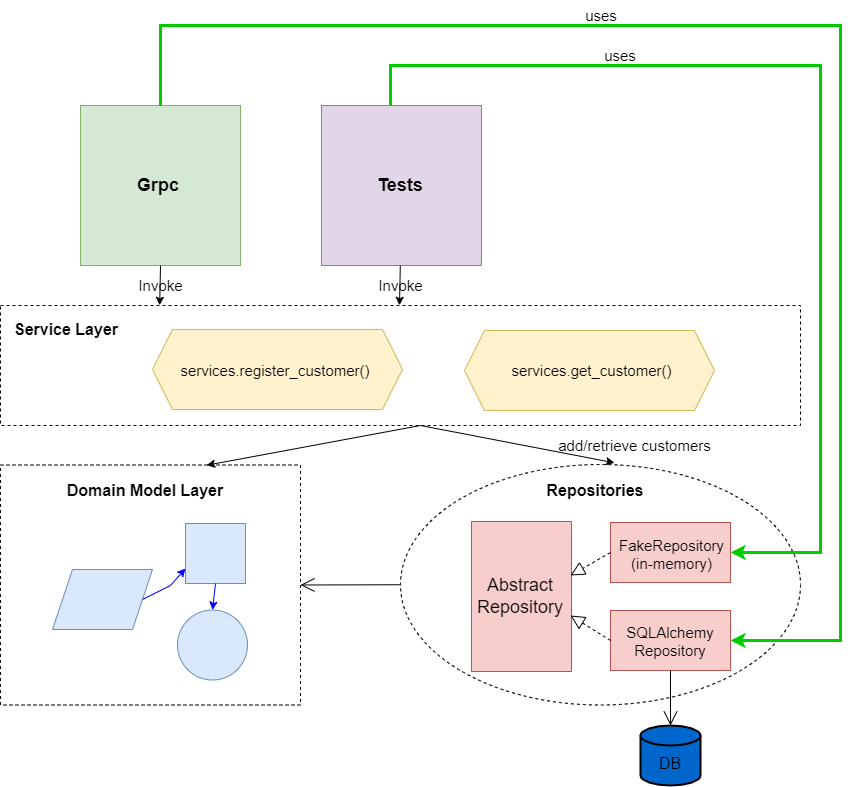
amalbaccar-hub/microservices-python-grpc-docker-kubernetes keeps this draw.io diagram as microservice_internal_architecture.png. Above is the earlier version. Source tidied: cells renumbered, new cells last; positions are measured from the earlier drawing's top-left corner, leaving out a move shared by most shapes. Source of this version:
```xml
<mxGraphModel>
  <root>
    <mxCell id="0" />
    <mxCell id="1" parent="0" />
    <mxCell id="2" style="ellipse;whiteSpace=wrap;html=1;align=center;dashed=1;" parent="1" vertex="1">
      <mxGeometry x="400" y="464" width="400" height="240.5" as="geometry" />
    </mxCell>
    <mxCell id="3" style="rounded=0;whiteSpace=wrap;html=1;fillColor=#f8cecc;strokeColor=#b85450;" parent="1" vertex="1">
      <mxGeometry x="610" y="522" width="120" height="60" as="geometry" />
    </mxCell>
    <mxCell id="4" style="rounded=0;whiteSpace=wrap;html=1;fillColor=#f8cecc;strokeColor=#b85450;" parent="1" vertex="1">
      <mxGeometry x="610" y="610" width="120" height="60" as="geometry" />
    </mxCell>
    <mxCell id="5" style="rounded=0;whiteSpace=wrap;html=1;direction=south;fillColor=#f8cecc;strokeColor=#b85450;" parent="1" vertex="1">
      <mxGeometry x="471" y="521" width="100" height="150" as="geometry" />
    </mxCell>
    <mxCell id="6" style="whiteSpace=wrap;html=1;dashed=1;" parent="1" vertex="1">
      <mxGeometry y="464.5" width="300" height="240" as="geometry" />
    </mxCell>
    <mxCell id="7" style="ellipse;whiteSpace=wrap;html=1;fillColor=#dae8fc;strokeColor=#6c8ebf;" parent="1" vertex="1">
      <mxGeometry x="177" y="609.5" width="70" height="70" as="geometry" />
    </mxCell>
    <mxCell id="8" style="shape=parallelogram;perimeter=parallelogramPerimeter;whiteSpace=wrap;html=1;fixedSize=1;fillColor=#dae8fc;strokeColor=#6c8ebf;" parent="1" vertex="1">
      <mxGeometry x="52" y="569" width="100" height="60" as="geometry" />
    </mxCell>
    <mxCell id="9" style="whiteSpace=wrap;html=1;fillColor=#dae8fc;strokeColor=#6c8ebf;" parent="1" vertex="1">
      <mxGeometry x="185" y="523" width="60" height="60" as="geometry" />
    </mxCell>
    <mxCell id="10" style="whiteSpace=wrap;html=1;dashed=1;" parent="1" vertex="1">
      <mxGeometry y="305" width="800" height="120" as="geometry" />
    </mxCell>
    <mxCell id="11" style="shape=hexagon;perimeter=hexagonPerimeter2;whiteSpace=wrap;html=1;fixedSize=1;fillColor=#fff2cc;strokeColor=#d6b656;" parent="1" vertex="1">
      <mxGeometry x="152" y="329" width="250" height="80" as="geometry" />
    </mxCell>
    <mxCell id="12" style="whiteSpace=wrap;html=1;fillColor=#d5e8d4;strokeColor=#82b366;" parent="1" vertex="1">
      <mxGeometry x="80" y="105" width="160" height="160" as="geometry" />
    </mxCell>
    <mxCell id="13" style="whiteSpace=wrap;html=1;fillColor=#e1d5e7;strokeColor=#9673a6;" parent="1" vertex="1">
      <mxGeometry x="321" y="105" width="160" height="160" as="geometry" />
    </mxCell>
    <mxCell id="14" style="strokeWidth=2;html=1;shape=mxgraph.flowchart.database;whiteSpace=wrap;fillColor=#0066CC;" parent="1" vertex="1">
      <mxGeometry x="640" y="725" width="60" height="60" as="geometry" />
    </mxCell>
    <mxCell id="15" value="Repositories" style="text;html=1;strokeColor=none;fillColor=none;align=center;verticalAlign=middle;whiteSpace=wrap;rounded=0;fontStyle=1;fontSize=16;" parent="1" vertex="1">
      <mxGeometry x="530" y="475" width="130" height="30" as="geometry" />
    </mxCell>
    <mxCell id="16" value="Domain Model Layer" style="text;html=1;strokeColor=none;fillColor=none;align=center;verticalAlign=middle;whiteSpace=wrap;rounded=0;fontStyle=1;fontSize=16;" parent="1" vertex="1">
      <mxGeometry x="55" y="475" width="180" height="30" as="geometry" />
    </mxCell>
    <mxCell id="17" value="Service Layer" style="text;html=1;strokeColor=none;fillColor=none;align=center;verticalAlign=middle;whiteSpace=wrap;rounded=0;fontStyle=1;fontSize=16;" parent="1" vertex="1">
      <mxGeometry x="6" y="314" width="120" height="30" as="geometry" />
    </mxCell>
    <mxCell id="18" value="Tests" style="text;html=1;strokeColor=none;fillColor=none;align=center;verticalAlign=middle;whiteSpace=wrap;rounded=0;fontStyle=1;fontSize=18;" parent="1" vertex="1">
      <mxGeometry x="370" y="170" width="60" height="30" as="geometry" />
    </mxCell>
    <mxCell id="19" value="&lt;b style=&quot;font-size: 18px;&quot;&gt;Grpc&lt;/b&gt;" style="text;html=1;strokeColor=none;fillColor=none;align=center;verticalAlign=middle;whiteSpace=wrap;rounded=0;fontSize=18;" parent="1" vertex="1">
      <mxGeometry x="128" y="170" width="60" height="30" as="geometry" />
    </mxCell>
    <mxCell id="20" value="DB" style="text;html=1;strokeColor=none;fillColor=none;align=center;verticalAlign=middle;whiteSpace=wrap;rounded=0;fontSize=16;" parent="1" vertex="1">
      <mxGeometry x="640" y="748" width="60" height="30" as="geometry" />
    </mxCell>
    <mxCell id="21" value="Abstract&lt;br&gt;Repository" style="text;html=1;strokeColor=none;fillColor=none;align=center;verticalAlign=middle;whiteSpace=wrap;rounded=0;fontSize=18;" parent="1" vertex="1">
      <mxGeometry x="490" y="561" width="60" height="70" as="geometry" />
    </mxCell>
    <mxCell id="22" value="FakeRepository&lt;br&gt;(in-memory)" style="text;html=1;strokeColor=none;fillColor=none;align=center;verticalAlign=middle;rounded=0;fontSize=15;" parent="1" vertex="1">
      <mxGeometry x="641" y="539" width="60" height="30" as="geometry" />
    </mxCell>
    <mxCell id="23" value="SQLAlchemy&lt;br&gt;Repository" style="text;html=1;strokeColor=none;fillColor=none;align=center;verticalAlign=middle;whiteSpace=wrap;rounded=0;fontSize=15;" parent="1" vertex="1">
      <mxGeometry x="640" y="626" width="60" height="30" as="geometry" />
    </mxCell>
    <mxCell id="24" style="endArrow=block;dashed=1;endFill=0;endSize=12;html=1;rounded=0;fontSize=18;exitX=0;exitY=0.5;exitDx=0;exitDy=0;" parent="1" edge="1" source="3">
      <mxGeometry relative="1" as="geometry">
        <mxPoint x="570" y="575" as="targetPoint" />
      </mxGeometry>
    </mxCell>
    <mxCell id="25" style="endArrow=block;dashed=1;endFill=0;endSize=12;html=1;rounded=0;fontSize=18;exitX=0;exitY=0.5;exitDx=0;exitDy=0;" parent="1" edge="1" source="4">
      <mxGeometry relative="1" as="geometry">
        <mxPoint x="570" y="615" as="targetPoint" />
      </mxGeometry>
    </mxCell>
    <mxCell id="26" style="endArrow=open;endFill=1;endSize=12;html=1;rounded=0;fontSize=15;fontColor=#000000;exitX=0.5;exitY=1;exitDx=0;exitDy=0;" parent="1" edge="1" source="4" target="14">
      <mxGeometry relative="1" as="geometry" />
    </mxCell>
    <mxCell id="27" style="endArrow=classic;html=1;rounded=0;fontSize=15;fontColor=#0000FF;exitX=1;exitY=0.5;exitDx=0;exitDy=0;entryX=0;entryY=0.75;entryDx=0;entryDy=0;strokeColor=#0000FF;" parent="1" edge="1" source="8" target="9">
      <mxGeometry relative="1" as="geometry">
        <Array as="points">
          <mxPoint x="170" y="585" />
        </Array>
      </mxGeometry>
    </mxCell>
    <mxCell id="28" style="endArrow=classic;html=1;rounded=0;fontSize=15;fontColor=#0000FF;exitX=0.5;exitY=1;exitDx=0;exitDy=0;entryX=0.5;entryY=0;entryDx=0;entryDy=0;strokeColor=#0000FF;" parent="1" edge="1" source="9" target="7">
      <mxGeometry relative="1" as="geometry" />
    </mxCell>
    <mxCell id="29" style="endArrow=open;endFill=1;endSize=12;html=1;rounded=0;fontSize=15;fontColor=#0000FF;strokeColor=#000000;entryX=1;entryY=0.5;entryDx=0;entryDy=0;exitX=0;exitY=0.5;exitDx=0;exitDy=0;" parent="1" edge="1" source="2" target="6">
      <mxGeometry relative="1" as="geometry" />
    </mxCell>
    <mxCell id="30" value="&lt;font color=&quot;#000000&quot;&gt;services.register_customer()&lt;/font&gt;" style="text;html=1;strokeColor=none;fillColor=none;align=center;verticalAlign=middle;whiteSpace=wrap;rounded=0;labelBackgroundColor=none;fontSize=15;fontColor=#0000FF;" parent="1" vertex="1">
      <mxGeometry x="245" y="355" width="60" height="30" as="geometry" />
    </mxCell>
    <mxCell id="31" style="shape=hexagon;perimeter=hexagonPerimeter2;whiteSpace=wrap;html=1;fixedSize=1;fillColor=#fff2cc;strokeColor=#d6b656;" parent="1" vertex="1">
      <mxGeometry x="464" y="330" width="250" height="80" as="geometry" />
    </mxCell>
    <mxCell id="32" value="&lt;font color=&quot;#000000&quot;&gt;services.get_customer()&lt;/font&gt;" style="text;html=1;strokeColor=none;fillColor=none;align=center;verticalAlign=middle;whiteSpace=wrap;rounded=0;labelBackgroundColor=none;fontSize=15;fontColor=#0000FF;" parent="1" vertex="1">
      <mxGeometry x="559" y="355" width="65" height="30" as="geometry" />
    </mxCell>
    <mxCell id="33" style="endArrow=classic;html=1;rounded=0;fontSize=15;fontColor=#000000;strokeColor=#000000;entryX=0.535;entryY=-0.007;entryDx=0;entryDy=0;entryPerimeter=0;" parent="1" edge="1" target="2">
      <mxGeometry relative="1" as="geometry">
        <mxPoint x="420" y="425" as="sourcePoint" />
      </mxGeometry>
    </mxCell>
    <mxCell id="34" value="add/retrieve customers" style="edgeLabel;html=1;align=center;verticalAlign=middle;labelBackgroundColor=none;fontSize=15;fontColor=#000000;fillColor=#0066CC;direction=south;" parent="33" vertex="1">
      <mxGeometry relative="1" as="geometry">
        <mxPoint x="116" y="1" as="offset" />
      </mxGeometry>
    </mxCell>
    <mxCell id="35" style="endArrow=classic;html=1;rounded=0;fontSize=15;fontColor=#000000;strokeColor=#000000;entryX=0.687;entryY=0.001;entryDx=0;entryDy=0;entryPerimeter=0;" parent="1" edge="1" target="6">
      <mxGeometry relative="1" as="geometry">
        <mxPoint x="420" y="425" as="sourcePoint" />
      </mxGeometry>
    </mxCell>
    <mxCell id="36" style="endArrow=classic;html=1;rounded=0;fontSize=15;fontColor=#000000;strokeColor=#000000;exitX=0.5;exitY=1;exitDx=0;exitDy=0;entryX=0.199;entryY=-0.002;entryDx=0;entryDy=0;entryPerimeter=0;" parent="1" edge="1" source="12" target="10">
      <mxGeometry relative="1" as="geometry" />
    </mxCell>
    <mxCell id="37" value="Invoke" style="edgeLabel;html=1;align=center;verticalAlign=middle;labelBackgroundColor=none;fontSize=15;fontColor=#000000;fillColor=#0066CC;" parent="36" vertex="1">
      <mxGeometry relative="1" as="geometry" />
    </mxCell>
    <mxCell id="38" style="endArrow=classic;html=1;rounded=0;fontSize=15;fontColor=#000000;strokeColor=#000000;exitX=0.5;exitY=1;exitDx=0;exitDy=0;entryX=0.199;entryY=-0.002;entryDx=0;entryDy=0;entryPerimeter=0;" parent="1" edge="1">
      <mxGeometry relative="1" as="geometry">
        <mxPoint x="399.8" y="265" as="sourcePoint" />
        <mxPoint x="399" y="304.8" as="targetPoint" />
      </mxGeometry>
    </mxCell>
    <mxCell id="39" value="Invoke" style="edgeLabel;html=1;align=center;verticalAlign=middle;labelBackgroundColor=none;fontSize=15;fontColor=#000000;fillColor=#0066CC;" parent="38" vertex="1">
      <mxGeometry relative="1" as="geometry" />
    </mxCell>
    <mxCell id="40" style="endArrow=classic;html=1;rounded=0;fontSize=15;fontColor=#000000;strokeColor=#00CC00;exitX=0.5;exitY=0;exitDx=0;exitDy=0;entryX=1;entryY=0.5;entryDx=0;entryDy=0;strokeWidth=3;" parent="1" edge="1" source="12" target="4">
      <mxGeometry relative="1" as="geometry">
        <Array as="points">
          <mxPoint x="160" y="25" />
          <mxPoint x="840" y="25" />
          <mxPoint x="840" y="640" />
          <mxPoint x="780" y="640" />
        </Array>
      </mxGeometry>
    </mxCell>
    <mxCell id="41" style="endArrow=classic;html=1;rounded=0;fontSize=15;fontColor=#000000;strokeColor=#00CC00;exitX=0.5;exitY=0;exitDx=0;exitDy=0;entryX=1;entryY=0.5;entryDx=0;entryDy=0;strokeWidth=3;" parent="1" edge="1" target="3">
      <mxGeometry relative="1" as="geometry">
        <mxPoint x="390" y="105" as="sourcePoint" />
        <Array as="points">
          <mxPoint x="390" y="65" />
          <mxPoint x="820" y="65" />
          <mxPoint x="820" y="552" />
        </Array>
      </mxGeometry>
    </mxCell>
    <mxCell id="42" value="uses" style="text;html=1;strokeColor=none;fillColor=none;align=center;verticalAlign=middle;whiteSpace=wrap;rounded=0;labelBackgroundColor=none;fontSize=15;fontColor=#000000;" parent="1" vertex="1">
      <mxGeometry x="590" y="40" width="60" height="30" as="geometry" />
    </mxCell>
    <mxCell id="43" value="uses" style="text;html=1;strokeColor=none;fillColor=none;align=center;verticalAlign=middle;whiteSpace=wrap;rounded=0;labelBackgroundColor=none;fontSize=15;fontColor=#000000;" parent="1" vertex="1">
      <mxGeometry x="571" width="60" height="30" as="geometry" />
    </mxCell>
  </root>
</mxGraphModel>
```
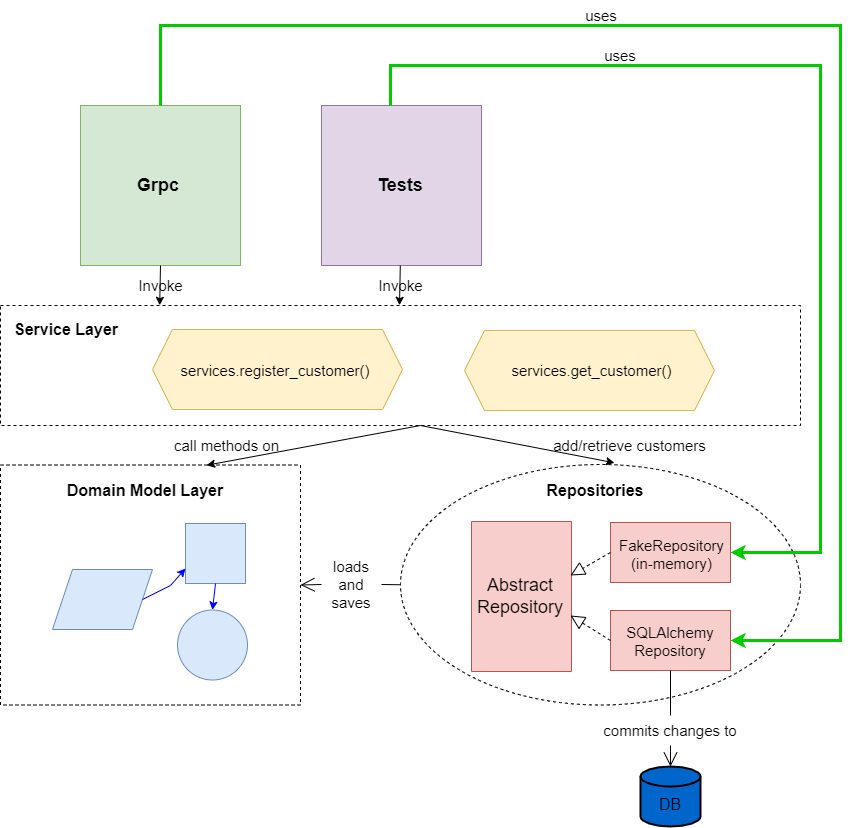
The same diagram one commit later.

Change to the diagram source:
```diff
@@ -39,7 +39,7 @@
       <mxGeometry x="321" y="105" width="160" height="160" as="geometry" />
     </mxCell>
     <mxCell id="14" style="strokeWidth=2;html=1;shape=mxgraph.flowchart.database;whiteSpace=wrap;fillColor=#0066CC;" parent="1" vertex="1">
-      <mxGeometry x="640" y="725" width="60" height="60" as="geometry" />
+      <mxGeometry x="640" y="766" width="60" height="60" as="geometry" />
     </mxCell>
     <mxCell id="15" value="Repositories" style="text;html=1;strokeColor=none;fillColor=none;align=center;verticalAlign=middle;whiteSpace=wrap;rounded=0;fontStyle=1;fontSize=16;" parent="1" vertex="1">
       <mxGeometry x="530" y="475" width="130" height="30" as="geometry" />
@@ -57,7 +57,7 @@
       <mxGeometry x="128" y="170" width="60" height="30" as="geometry" />
     </mxCell>
     <mxCell id="20" value="DB" style="text;html=1;strokeColor=none;fillColor=none;align=center;verticalAlign=middle;whiteSpace=wrap;rounded=0;fontSize=16;" parent="1" vertex="1">
-      <mxGeometry x="640" y="748" width="60" height="30" as="geometry" />
+      <mxGeometry x="640" y="789" width="60" height="30" as="geometry" />
     </mxCell>
     <mxCell id="21" value="Abstract&lt;br&gt;Repository" style="text;html=1;strokeColor=none;fillColor=none;align=center;verticalAlign=middle;whiteSpace=wrap;rounded=0;fontSize=18;" parent="1" vertex="1">
       <mxGeometry x="490" y="561" width="60" height="70" as="geometry" />
@@ -78,7 +78,7 @@
         <mxPoint x="570" y="615" as="targetPoint" />
       </mxGeometry>
     </mxCell>
-    <mxCell id="26" style="endArrow=open;endFill=1;endSize=12;html=1;rounded=0;fontSize=15;fontColor=#000000;exitX=0.5;exitY=1;exitDx=0;exitDy=0;" parent="1" edge="1" source="4" target="14">
+    <mxCell id="26" style="endArrow=open;endFill=1;endSize=12;html=1;rounded=0;fontSize=15;fontColor=#000000;exitX=0.5;exitY=1;exitDx=0;exitDy=0;startArrow=none;" parent="1" edge="1" source="44" target="14">
       <mxGeometry relative="1" as="geometry" />
     </mxCell>
     <mxCell id="27" style="endArrow=classic;html=1;rounded=0;fontSize=15;fontColor=#0000FF;exitX=1;exitY=0.5;exitDx=0;exitDy=0;entryX=0;entryY=0.75;entryDx=0;entryDy=0;strokeColor=#0000FF;" parent="1" edge="1" source="8" target="9">
@@ -91,7 +91,7 @@
     <mxCell id="28" style="endArrow=classic;html=1;rounded=0;fontSize=15;fontColor=#0000FF;exitX=0.5;exitY=1;exitDx=0;exitDy=0;entryX=0.5;entryY=0;entryDx=0;entryDy=0;strokeColor=#0000FF;" parent="1" edge="1" source="9" target="7">
       <mxGeometry relative="1" as="geometry" />
     </mxCell>
-    <mxCell id="29" style="endArrow=open;endFill=1;endSize=12;html=1;rounded=0;fontSize=15;fontColor=#0000FF;strokeColor=#000000;entryX=1;entryY=0.5;entryDx=0;entryDy=0;exitX=0;exitY=0.5;exitDx=0;exitDy=0;" parent="1" edge="1" source="2" target="6">
+    <mxCell id="29" style="endArrow=open;endFill=1;endSize=12;html=1;rounded=0;fontSize=15;fontColor=#0000FF;strokeColor=#000000;entryX=1;entryY=0.5;entryDx=0;entryDy=0;exitX=0;exitY=0.5;exitDx=0;exitDy=0;startArrow=none;" parent="1" edge="1" source="46" target="6">
       <mxGeometry relative="1" as="geometry" />
     </mxCell>
     <mxCell id="30" value="&lt;font color=&quot;#000000&quot;&gt;services.register_customer()&lt;/font&gt;" style="text;html=1;strokeColor=none;fillColor=none;align=center;verticalAlign=middle;whiteSpace=wrap;rounded=0;labelBackgroundColor=none;fontSize=15;fontColor=#0000FF;" parent="1" vertex="1">
@@ -110,7 +110,7 @@
     </mxCell>
     <mxCell id="34" value="add/retrieve customers" style="edgeLabel;html=1;align=center;verticalAlign=middle;labelBackgroundColor=none;fontSize=15;fontColor=#000000;fillColor=#0066CC;direction=south;" parent="33" vertex="1">
       <mxGeometry relative="1" as="geometry">
-        <mxPoint x="116" y="1" as="offset" />
+        <mxPoint x="111" y="1" as="offset" />
       </mxGeometry>
     </mxCell>
     <mxCell id="35" style="endArrow=classic;html=1;rounded=0;fontSize=15;fontColor=#000000;strokeColor=#000000;entryX=0.687;entryY=0.001;entryDx=0;entryDy=0;entryPerimeter=0;" parent="1" edge="1" target="6">
@@ -159,5 +159,20 @@
     <mxCell id="43" value="uses" style="text;html=1;strokeColor=none;fillColor=none;align=center;verticalAlign=middle;whiteSpace=wrap;rounded=0;labelBackgroundColor=none;fontSize=15;fontColor=#000000;" parent="1" vertex="1">
       <mxGeometry x="571" width="60" height="30" as="geometry" />
     </mxCell>
+    <mxCell id="44" value="commits changes to" style="text;html=1;strokeColor=none;fillColor=none;align=center;verticalAlign=middle;whiteSpace=wrap;rounded=0;labelBackgroundColor=none;fontSize=15;fontColor=#000000;" parent="1" vertex="1">
+      <mxGeometry x="550" y="715" width="240" height="30" as="geometry" />
+    </mxCell>
+    <mxCell id="45" style="endArrow=none;endFill=1;endSize=12;html=1;rounded=0;fontSize=15;fontColor=#000000;exitX=0.5;exitY=1;exitDx=0;exitDy=0;" parent="1" edge="1" source="4" target="44">
+      <mxGeometry relative="1" as="geometry" />
+    </mxCell>
+    <mxCell id="46" value="loads&lt;br&gt;and&lt;br&gt;saves" style="text;html=1;strokeColor=none;fillColor=none;align=center;verticalAlign=middle;whiteSpace=wrap;rounded=0;labelBackgroundColor=none;fontSize=15;fontColor=#000000;" parent="1" vertex="1">
+      <mxGeometry x="321" y="569" width="60" height="30" as="geometry" />
+    </mxCell>
+    <mxCell id="47" style="endArrow=none;endFill=1;endSize=12;html=1;rounded=0;fontSize=15;fontColor=#0000FF;strokeColor=#000000;entryX=1;entryY=0.5;entryDx=0;entryDy=0;exitX=0;exitY=0.5;exitDx=0;exitDy=0;" parent="1" edge="1" source="2" target="46">
+      <mxGeometry relative="1" as="geometry" />
+    </mxCell>
+    <mxCell id="48" value="call methods on" style="text;html=1;strokeColor=none;fillColor=none;align=center;verticalAlign=middle;whiteSpace=wrap;rounded=0;labelBackgroundColor=none;fontSize=15;fontColor=#000000;" parent="1" vertex="1">
+      <mxGeometry x="170" y="430" width="113" height="30" as="geometry" />
+    </mxCell>
   </root>
 </mxGraphModel>
```
